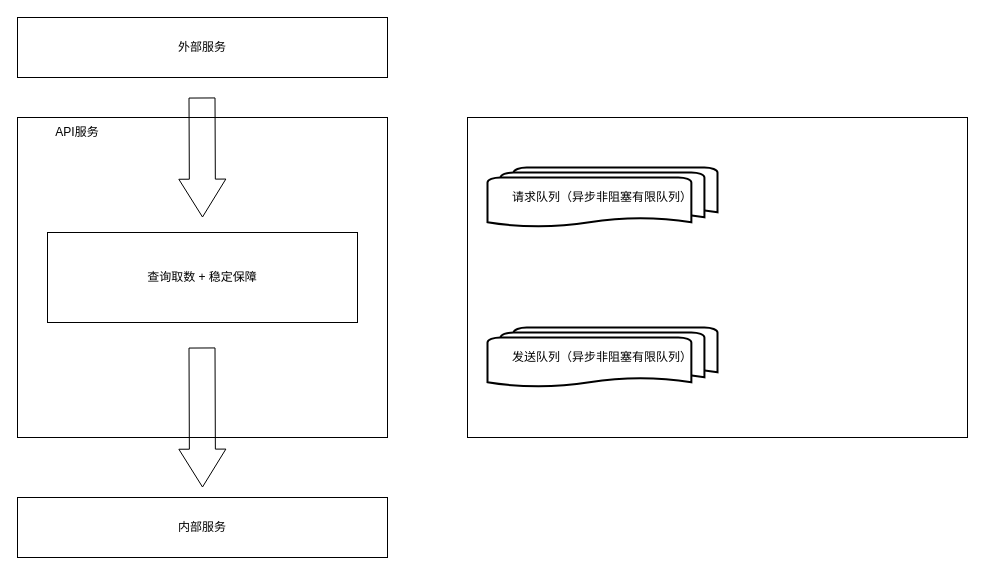
Above: 降采样方案设计.drawio in FlyThroughAir/DrawHere (draw.io), before the change. Source tidied: cells renumbered, new cells numbered last; positions are measured from the earlier drawing's top-left corner, leaving out a move shared by most shapes. Both pictures are drawn from the tidied source at 100%, with x=0, y=0 at pixel (17, 17).
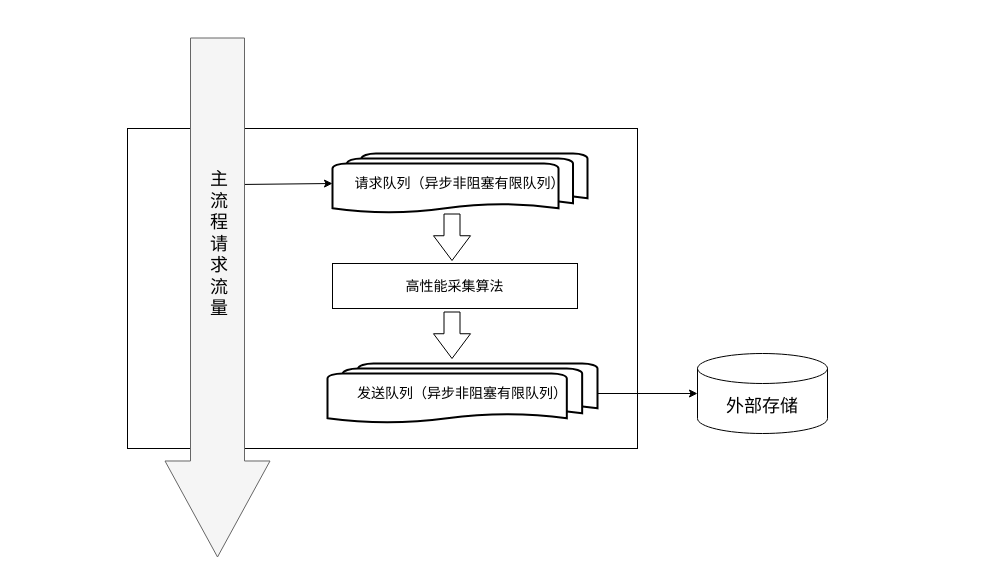
After the change.

Commit message (it also covers changes not shown here):
更新降采样方案设计.drawio

Change to the diagram source:
```diff
@@
 <mxGraphModel>
   <root>
     <mxCell id="0" />
     <mxCell id="1" parent="0" />
-    <mxCell id="2" style="rounded=0;whiteSpace=wrap;html=1;" parent="1" vertex="1">
-      <mxGeometry y="100" width="370" height="320" as="geometry" />
-    </mxCell>
-    <mxCell id="3" value="API服务" style="text;html=1;strokeColor=none;fillColor=none;align=center;verticalAlign=middle;whiteSpace=wrap;rounded=0;" parent="1" vertex="1">
-      <mxGeometry x="20" y="100" width="80" height="30" as="geometry" />
-    </mxCell>
-    <mxCell id="4" value="外部服务" style="rounded=0;whiteSpace=wrap;html=1;" parent="1" vertex="1">
-      <mxGeometry width="370" height="60" as="geometry" />
-    </mxCell>
     <mxCell id="5" style="rounded=0;whiteSpace=wrap;html=1;" parent="1" vertex="1">
-      <mxGeometry x="450" y="100" width="500" height="320" as="geometry" />
+      <mxGeometry x="110" y="111" width="510" height="320" as="geometry" />
     </mxCell>
-    <mxCell id="6" value="请求队列（异步非阻塞有限队列）" style="strokeWidth=2;html=1;shape=mxgraph.flowchart.multi-document;whiteSpace=wrap;" parent="1" vertex="1">
-      <mxGeometry x="470" y="150" width="230" height="60" as="geometry" />
+    <mxCell id="6" value="请求队列（异步非阻塞有限队列）" style="strokeWidth=2;html=1;shape=mxgraph.flowchart.multi-document;whiteSpace=wrap;fontSize=14;" parent="1" vertex="1">
+      <mxGeometry x="315" y="136" width="255" height="60" as="geometry" />
     </mxCell>
+    <mxCell id="12" style="edgeStyle=none;rounded=0;jettySize=auto;html=1;entryX=0;entryY=0.5;entryDx=0;entryDy=0;entryPerimeter=0;fontSize=18;" parent="1" edge="1" source="7" target="19">
+      <mxGeometry relative="1" as="geometry" />
+    </mxCell>
-    <mxCell id="7" value="发送队列（异步非阻塞有限队列）" style="strokeWidth=2;html=1;shape=mxgraph.flowchart.multi-document;whiteSpace=wrap;" parent="1" vertex="1">
-      <mxGeometry x="470" y="310" width="230" height="60" as="geometry" />
+    <mxCell id="7" value="发送队列（异步非阻塞有限队列）" style="strokeWidth=2;html=1;shape=mxgraph.flowchart.multi-document;whiteSpace=wrap;fontSize=14;" parent="1" vertex="1">
+      <mxGeometry x="310" y="346" width="270" height="60" as="geometry" />
     </mxCell>
-    <mxCell id="8" value="查询取数 + 稳定保障" style="rounded=0;whiteSpace=wrap;html=1;" parent="1" vertex="1">
-      <mxGeometry x="30" y="215" width="310" height="90" as="geometry" />
-    </mxCell>
-    <mxCell id="9" style="shape=flexArrow;endArrow=classic;html=1;rounded=0;width=26;endSize=12.28;" parent="1" edge="1">
-      <mxGeometry relative="1" as="geometry">
-        <mxPoint x="184.5" y="80" as="sourcePoint" />
-        <mxPoint x="185" y="200" as="targetPoint" />
-      </mxGeometry>
-    </mxCell>
-    <mxCell id="10" style="shape=flexArrow;endArrow=classic;html=1;rounded=0;width=26;endSize=12.28;" parent="1" edge="1">
-      <mxGeometry relative="1" as="geometry">
-        <mxPoint x="184.5" y="330" as="sourcePoint" />
-        <mxPoint x="185" y="470" as="targetPoint" />
-      </mxGeometry>
-    </mxCell>
-    <mxCell id="11" value="内部服务" style="rounded=0;whiteSpace=wrap;html=1;" parent="1" vertex="1">
-      <mxGeometry y="480" width="370" height="60" as="geometry" />
-    </mxCell>
+    <mxCell id="13" value="高性能采集算法" style="rounded=0;whiteSpace=wrap;html=1;fontSize=14;" parent="1" vertex="1">
+      <mxGeometry x="315" y="246" width="245" height="45" as="geometry" />
+    </mxCell>
+    <mxCell id="14" style="shape=flexArrow;endArrow=classic;html=1;rounded=0;fontSize=14;width=16;endSize=7.92;" parent="1" edge="1">
+      <mxGeometry relative="1" as="geometry">
+        <mxPoint x="434.5" y="196" as="sourcePoint" />
+        <mxPoint x="434.5" y="243.5" as="targetPoint" />
+      </mxGeometry>
+    </mxCell>
+    <mxCell id="15" style="shape=flexArrow;endArrow=classic;html=1;rounded=0;fontSize=14;width=16;endSize=7.92;" parent="1" edge="1">
+      <mxGeometry relative="1" as="geometry">
+        <mxPoint x="434.5" y="294" as="sourcePoint" />
+        <mxPoint x="434.5" y="341.5" as="targetPoint" />
+      </mxGeometry>
+    </mxCell>
+    <mxCell id="16" style="endArrow=classic;html=1;rounded=0;fontSize=18;entryX=0;entryY=0.5;entryDx=0;entryDy=0;entryPerimeter=0;exitX=1;exitY=0.25;exitDx=0;exitDy=0;" parent="1" edge="1" source="18" target="6">
+      <mxGeometry relative="1" as="geometry" />
+    </mxCell>
+    <mxCell id="17" style="shape=flexArrow;endArrow=classic;html=1;rounded=0;endWidth=50;endSize=31.67;width=54;fillColor=#f5f5f5;strokeColor=#666666;" parent="1" edge="1">
+      <mxGeometry relative="1" as="geometry">
+        <mxPoint x="200" y="20" as="sourcePoint" />
+        <mxPoint x="200" y="540" as="targetPoint" />
+      </mxGeometry>
+    </mxCell>
+    <mxCell id="18" value="主&lt;br style=&quot;font-size: 18px;&quot;&gt;流&lt;br style=&quot;font-size: 18px;&quot;&gt;程&lt;br style=&quot;font-size: 18px;&quot;&gt;请&lt;br style=&quot;font-size: 18px;&quot;&gt;求&lt;br style=&quot;font-size: 18px;&quot;&gt;流&lt;br style=&quot;font-size: 18px;&quot;&gt;量" style="text;html=1;strokeColor=none;fillColor=none;align=center;verticalAlign=middle;whiteSpace=wrap;rounded=0;fontSize=18;" parent="1" vertex="1">
+      <mxGeometry x="182" y="107" width="40" height="240" as="geometry" />
+    </mxCell>
+    <mxCell id="19" value="外部存储" style="shape=cylinder3;whiteSpace=wrap;html=1;boundedLbl=1;backgroundOutline=1;size=15;fontSize=18;" parent="1" vertex="1">
+      <mxGeometry x="680" y="336" width="130" height="80" as="geometry" />
+    </mxCell>
   </root>
 </mxGraphModel>
```
